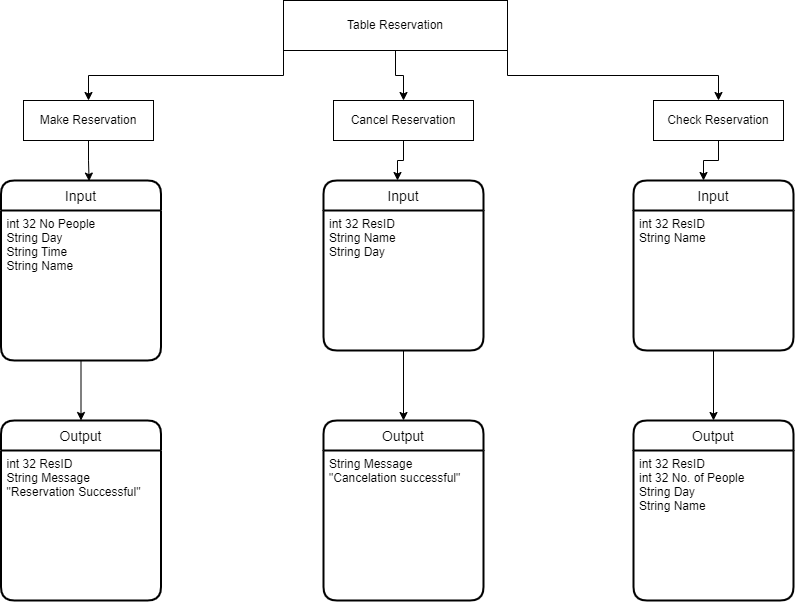
Before: Table Reservation.drawio.png, a diagram exported from draw.io (Gmassis/DS-CA). Source tidied: cells renumbered, new cells last; positions are measured from the earlier drawing's top-left corner, leaving out a move shared by most shapes.
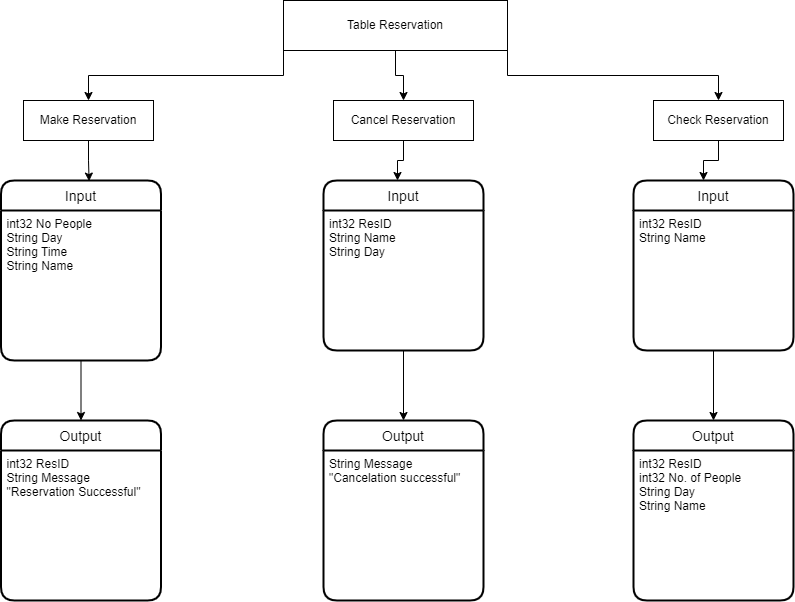
Above is the later version.

What changed in the source:
```diff
@@ -41,25 +41,25 @@
     <mxCell id="12" value="Input" style="swimlane;horizontal=1;startSize=30;rounded=1;fontSize=14;fontStyle=0;strokeWidth=2;shadow=0;dashed=0;align=center;" parent="1" vertex="1">
       <mxGeometry x="-0.5" y="180" width="160" height="180" as="geometry" />
     </mxCell>
-    <mxCell id="13" value="int 32 No People&#10;String Day&#10;String Time&#10;String Name" style="align=left;strokeColor=none;fillColor=none;spacingLeft=4;fontSize=12;verticalAlign=top;" parent="12" vertex="1">
+    <mxCell id="13" value="int32 No People&#10;String Day&#10;String Time&#10;String Name" style="align=left;strokeColor=none;fillColor=none;spacingLeft=4;fontSize=12;verticalAlign=top;" parent="12" vertex="1">
       <mxGeometry y="30" width="160" height="150" as="geometry" />
     </mxCell>
     <mxCell id="14" value="Input" style="swimlane;horizontal=1;startSize=30;rounded=1;fontSize=14;fontStyle=0;strokeWidth=2;shadow=0;dashed=0;align=center;" parent="1" vertex="1">
       <mxGeometry x="322" y="180" width="160" height="170" as="geometry" />
     </mxCell>
-    <mxCell id="15" value="int 32 ResID&#10;String Name&#10;String Day" style="align=left;strokeColor=none;fillColor=none;spacingLeft=4;fontSize=12;verticalAlign=top;" parent="14" vertex="1">
+    <mxCell id="15" value="int32 ResID&#10;String Name&#10;String Day" style="align=left;strokeColor=none;fillColor=none;spacingLeft=4;fontSize=12;verticalAlign=top;" parent="14" vertex="1">
       <mxGeometry y="30" width="160" height="140" as="geometry" />
     </mxCell>
     <mxCell id="16" value="Input" style="swimlane;horizontal=1;startSize=30;rounded=1;fontSize=14;fontStyle=0;strokeWidth=2;shadow=0;dashed=0;align=center;" parent="1" vertex="1">
       <mxGeometry x="632" y="180" width="160" height="170" as="geometry" />
     </mxCell>
-    <mxCell id="17" value="int 32 ResID&#10;String Name" style="align=left;strokeColor=none;fillColor=none;spacingLeft=4;fontSize=12;verticalAlign=top;" parent="16" vertex="1">
+    <mxCell id="17" value="int32 ResID&#10;String Name" style="align=left;strokeColor=none;fillColor=none;spacingLeft=4;fontSize=12;verticalAlign=top;" parent="16" vertex="1">
       <mxGeometry y="30" width="160" height="140" as="geometry" />
     </mxCell>
     <mxCell id="18" value="Output" style="swimlane;horizontal=1;startSize=30;rounded=1;fontSize=14;fontStyle=0;strokeWidth=2;shadow=0;dashed=0;align=center;" parent="1" vertex="1">
       <mxGeometry x="-0.5" y="420" width="160" height="180" as="geometry" />
     </mxCell>
-    <mxCell id="19" value="int 32 ResID&#10;String Message &#10;&quot;Reservation Successful&quot;" style="align=left;strokeColor=none;fillColor=none;spacingLeft=4;fontSize=12;verticalAlign=top;" parent="18" vertex="1">
+    <mxCell id="19" value="int32 ResID&#10;String Message &#10;&quot;Reservation Successful&quot;" style="align=left;strokeColor=none;fillColor=none;spacingLeft=4;fontSize=12;verticalAlign=top;" parent="18" vertex="1">
       <mxGeometry y="30" width="160" height="150" as="geometry" />
     </mxCell>
     <mxCell id="20" value="Output" style="swimlane;horizontal=1;startSize=30;rounded=1;fontSize=14;fontStyle=0;strokeWidth=2;shadow=0;dashed=0;align=center;" parent="1" vertex="1">
@@ -71,7 +71,7 @@
     <mxCell id="22" value="Output" style="swimlane;horizontal=1;startSize=30;rounded=1;fontSize=14;fontStyle=0;strokeWidth=2;shadow=0;dashed=0;align=center;" parent="1" vertex="1">
       <mxGeometry x="632" y="420" width="160" height="180" as="geometry" />
     </mxCell>
-    <mxCell id="23" value="int 32 ResID&#10;int 32 No. of People&#10;String Day&#10;String Name" style="align=left;strokeColor=none;fillColor=none;spacingLeft=4;fontSize=12;verticalAlign=top;" parent="22" vertex="1">
+    <mxCell id="23" value="int32 ResID&#10;int32 No. of People&#10;String Day&#10;String Name" style="align=left;strokeColor=none;fillColor=none;spacingLeft=4;fontSize=12;verticalAlign=top;" parent="22" vertex="1">
       <mxGeometry y="30" width="160" height="150" as="geometry" />
     </mxCell>
     <mxCell id="24" style="edgeStyle=orthogonalEdgeStyle;rounded=0;jettySize=auto;html=1;exitX=0.5;exitY=1;exitDx=0;exitDy=0;entryX=0.5;entryY=0;entryDx=0;entryDy=0;" parent="1" edge="1" source="13" target="18">
```
